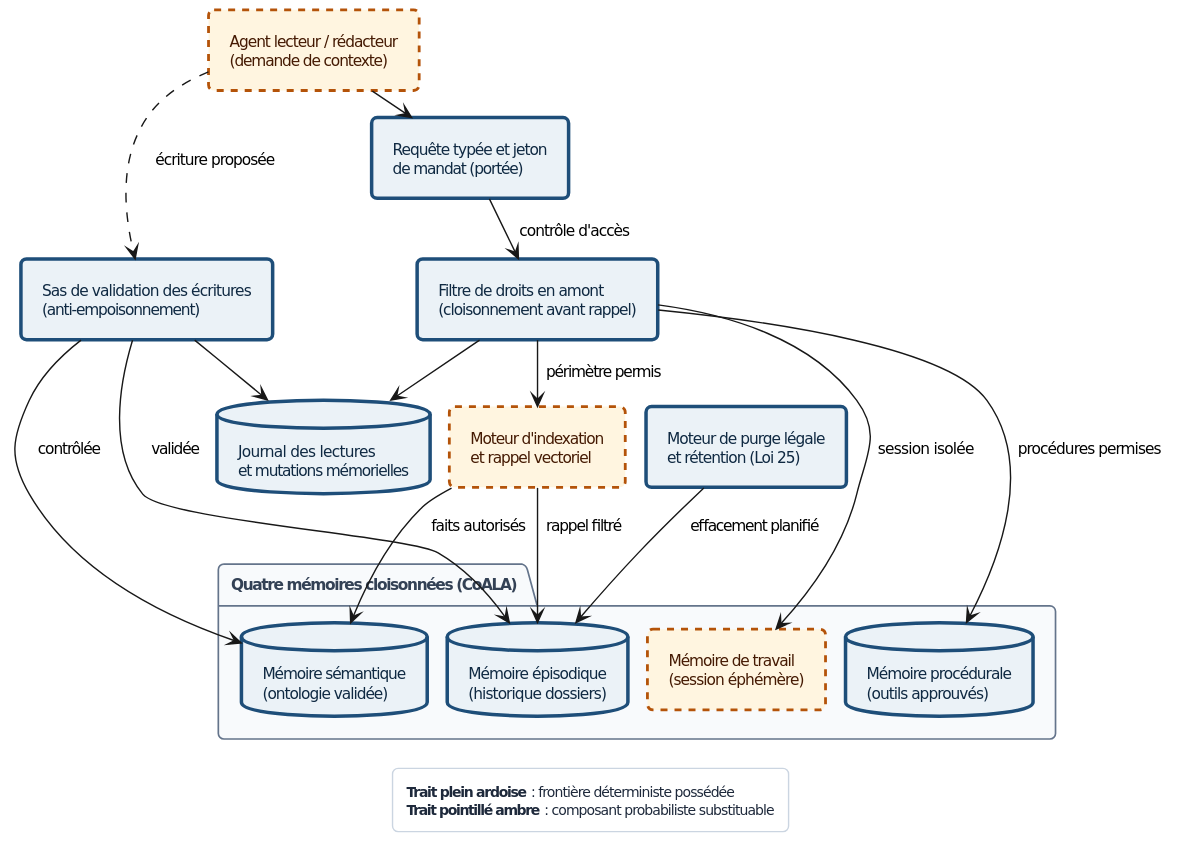
Above: 7 - Livre 2027/diagrammes/rendus/Fig-10.svg in agbruneau/Agentique (PlantUML), before the change. Its diagram source:
```plantuml
@startuml
<style>
document {
  BackgroundColor #FFFFFF
}
.det {
  BackgroundColor #EBF2F7
  LineColor #1E4E79
  LineThickness 2.5
  FontColor #0F2942
}
.prob {
  BackgroundColor #FFF5E0
  LineColor #B45309
  LineThickness 2.0
  LineStyle 5
  FontColor #451A03
}
.ext {
  BackgroundColor #F3F4F6
  LineColor #4B5563
  LineThickness 1.5
  FontColor #111827
}
package {
  BackgroundColor #F8FAFC
  LineColor #64748B
  LineThickness 1.2
  FontColor #334155
}
legend {
  BackgroundColor #FFFFFF
  LineColor #CBD5E1
  FontColor #1E293B
  FontSize 10
}
</style>
hide stereotype
top to bottom direction
skinparam defaultFontName "DejaVu Sans"
skinparam defaultFontSize 11
skinparam shadowing false
skinparam roundcorner 8
skinparam nodesep 14
skinparam ranksep 18
skinparam padding 5

rectangle "Agent lecteur / rédacteur\n(demande de contexte)" as AGT <<prob>>
rectangle "Requête typée et jeton\nde mandat (portée)" as REQ <<det>>
rectangle "Filtre de droits en amont\n(cloisonnement avant rappel)" as FILT <<det>>

package "Quatre mémoires cloisonnées (CoALA)" {
  rectangle "Mémoire de travail\n(session éphémère)" as M1 <<prob>>
  database "Mémoire épisodique\n(historique dossiers)" as M2 <<det>>
  database "Mémoire sémantique\n(ontologie validée)" as M3 <<det>>
  database "Mémoire procédurale\n(outils approuvés)" as M4 <<det>>
}

rectangle "Moteur d'indexation\net rappel vectoriel" as RET <<prob>>
rectangle "Sas de validation des écritures\n(anti-empoisonnement)" as SAS <<det>>
rectangle "Moteur de purge légale\net rétention (Loi 25)" as PURGE <<det>>
database "Journal des lectures\net mutations mémorielles" as LOG <<det>>

AGT --> REQ
REQ --> FILT : contrôle d'accès
FILT --> M1 : session isolée
FILT --> RET : périmètre permis
FILT --> M4 : procédures permises
RET --> M2 : rappel filtré
RET --> M3 : faits autorisés
AGT ..> SAS : écriture proposée
SAS --> M2 : validée
SAS --> M3 : contrôlée
PURGE --> M2 : effacement planifié
FILT --> LOG
SAS --> LOG

AGT -[hidden]right-> SAS
M1 -[hidden]right-> M4
M2 -[hidden]right-> M3

legend bottom
  **Trait plein ardoise** : frontière déterministe possédée
  **Trait pointillé ambre** : composant probabiliste substituable
end legend
@enduml
```
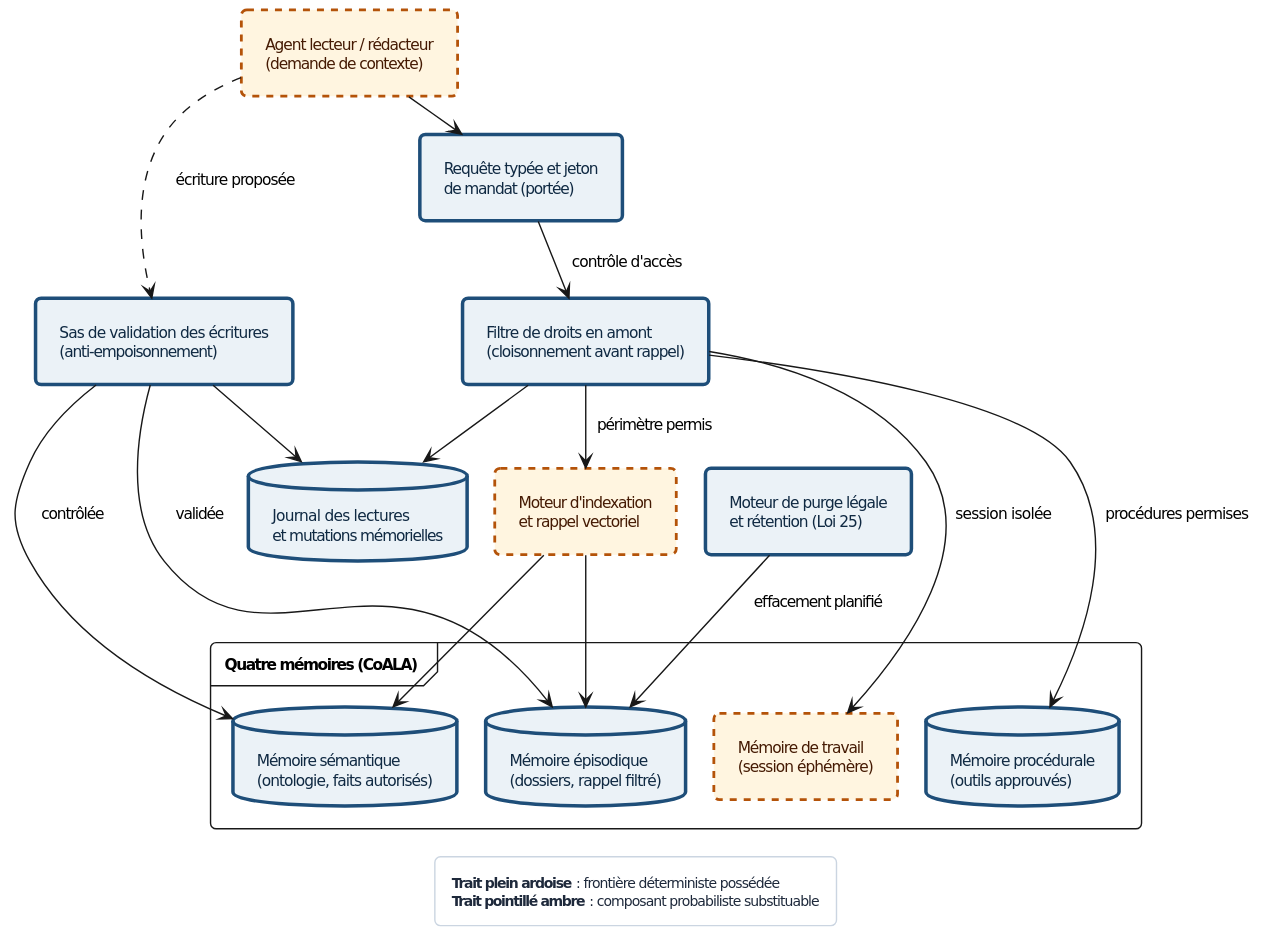
After the change.

What changed in the source:
```diff
@@ -41,18 +41,19 @@
 skinparam defaultFontSize 11
 skinparam shadowing false
 skinparam roundcorner 8
-skinparam nodesep 14
-skinparam ranksep 18
-skinparam padding 5
+skinparam packageStyle frame
+skinparam nodesep 20
+skinparam ranksep 26
+skinparam padding 7
 
 rectangle "Agent lecteur / rédacteur\n(demande de contexte)" as AGT <<prob>>
 rectangle "Requête typée et jeton\nde mandat (portée)" as REQ <<det>>
 rectangle "Filtre de droits en amont\n(cloisonnement avant rappel)" as FILT <<det>>
 
-package "Quatre mémoires cloisonnées (CoALA)" {
+package "Quatre mémoires (CoALA)" {
   rectangle "Mémoire de travail\n(session éphémère)" as M1 <<prob>>
-  database "Mémoire épisodique\n(historique dossiers)" as M2 <<det>>
-  database "Mémoire sémantique\n(ontologie validée)" as M3 <<det>>
+  database "Mémoire épisodique\n(dossiers, rappel filtré)" as M2 <<det>>
+  database "Mémoire sémantique\n(ontologie, faits autorisés)" as M3 <<det>>
   database "Mémoire procédurale\n(outils approuvés)" as M4 <<det>>
 }
 
@@ -66,8 +67,8 @@
 FILT --> M1 : session isolée
 FILT --> RET : périmètre permis
 FILT --> M4 : procédures permises
-RET --> M2 : rappel filtré
-RET --> M3 : faits autorisés
+RET --> M2
+RET --> M3
 AGT ..> SAS : écriture proposée
 SAS --> M2 : validée
 SAS --> M3 : contrôlée
```
